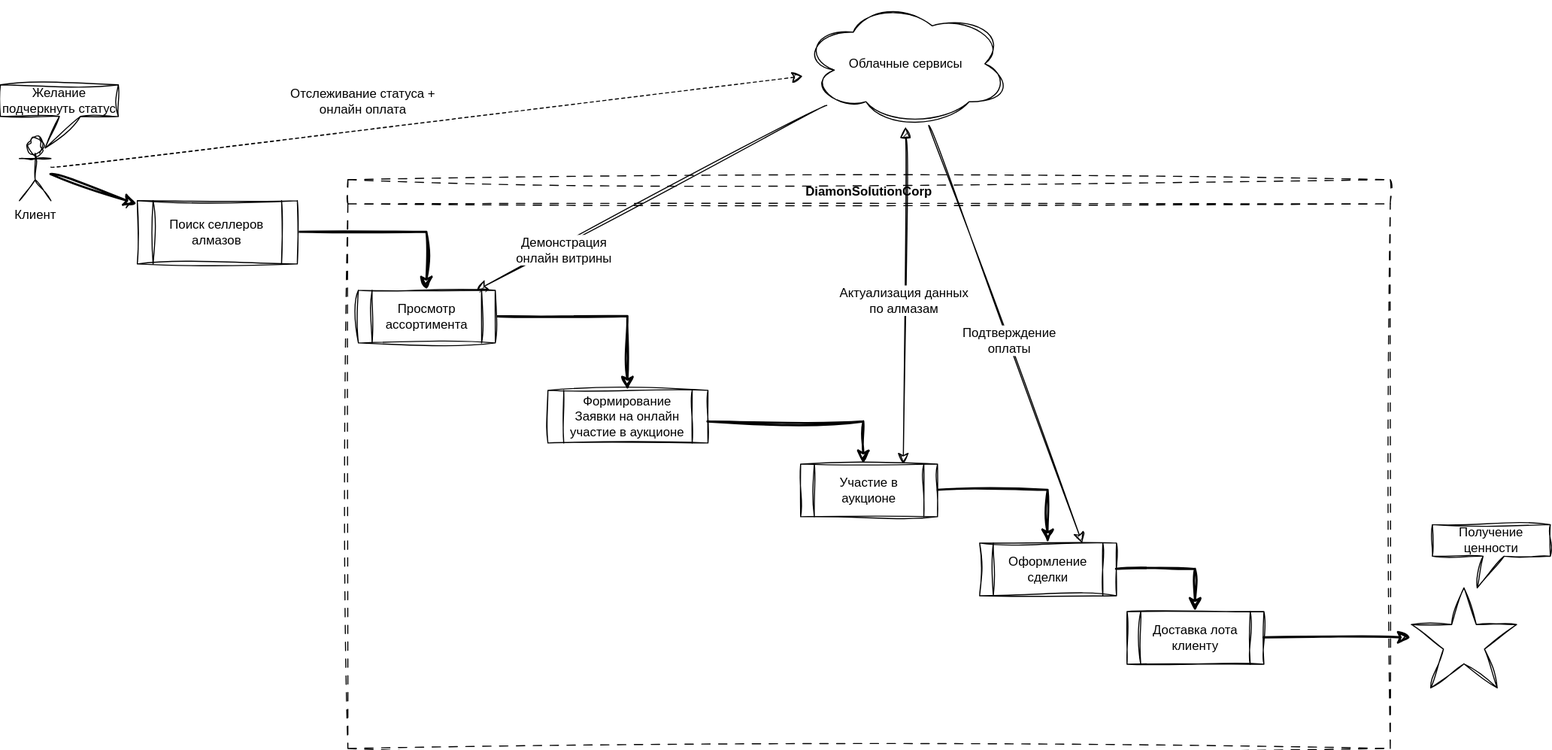
Before: task1/DIamonSolution-High TO BE.drawio.svg, a diagram exported from draw.io (SkySai1/Solution-DiamondUniverse). Source tidied: cells renumbered, new cells last; positions are measured from the earlier drawing's top-left corner, leaving out a move shared by most shapes. The source it was exported from:
```xml
<mxGraphModel>
  <root>
    <mxCell id="0" />
    <mxCell id="1" parent="0" />
    <mxCell id="2" value="DiamonSolutionCorp" style="swimlane;whiteSpace=wrap;html=1;sketch=1;curveFitting=1;jiggle=2;swimlaneLine=1;glass=0;dashed=1;dashPattern=8 8;" parent="1" vertex="1">
      <mxGeometry x="330" y="170" width="990" height="540" as="geometry" />
    </mxCell>
    <mxCell id="3" style="edgeStyle=orthogonalEdgeStyle;rounded=0;jettySize=auto;html=1;fontSize=12;startSize=8;endSize=8;sketch=1;curveFitting=1;jiggle=2;strokeWidth=2;" parent="2" edge="1" source="4" target="5">
      <mxGeometry relative="1" as="geometry" />
    </mxCell>
    <mxCell id="4" value="Участие в аукционе" style="shape=process;whiteSpace=wrap;html=1;backgroundOutline=1;sketch=1;curveFitting=1;jiggle=2;" parent="2" vertex="1">
      <mxGeometry x="430" y="270" width="130" height="50" as="geometry" />
    </mxCell>
    <mxCell id="5" value="Оформление сделки" style="shape=process;whiteSpace=wrap;html=1;backgroundOutline=1;sketch=1;curveFitting=1;jiggle=2;" parent="2" vertex="1">
      <mxGeometry x="600" y="345" width="130" height="50" as="geometry" />
    </mxCell>
    <mxCell id="6" style="edgeStyle=orthogonalEdgeStyle;rounded=0;jettySize=auto;html=1;fontSize=12;startSize=8;endSize=8;sketch=1;curveFitting=1;jiggle=2;strokeWidth=2;" parent="2" edge="1" source="7" target="9">
      <mxGeometry relative="1" as="geometry" />
    </mxCell>
    <mxCell id="7" value="Поиск селлеров алмазов" style="shape=process;whiteSpace=wrap;html=1;backgroundOutline=1;sketch=1;curveFitting=1;jiggle=2;" parent="2" vertex="1">
      <mxGeometry x="-200" y="20" width="152" height="60" as="geometry" />
    </mxCell>
    <mxCell id="8" style="edgeStyle=orthogonalEdgeStyle;rounded=0;jettySize=auto;html=1;fontSize=12;startSize=8;endSize=8;sketch=1;curveFitting=1;jiggle=2;strokeWidth=2;" parent="2" edge="1" source="9" target="10">
      <mxGeometry relative="1" as="geometry" />
    </mxCell>
    <mxCell id="9" value="Просмотр ассортимента" style="shape=process;whiteSpace=wrap;html=1;backgroundOutline=1;sketch=1;curveFitting=1;jiggle=2;" parent="2" vertex="1">
      <mxGeometry x="10" y="105" width="130" height="50" as="geometry" />
    </mxCell>
    <mxCell id="10" value="Формирование Заявки на онлайн участие в аукционе" style="shape=process;whiteSpace=wrap;html=1;backgroundOutline=1;sketch=1;curveFitting=1;jiggle=2;" parent="2" vertex="1">
      <mxGeometry x="190" y="200" width="152" height="50" as="geometry" />
    </mxCell>
    <mxCell id="11" style="edgeStyle=orthogonalEdgeStyle;rounded=0;jettySize=auto;html=1;fontSize=12;startSize=8;endSize=8;sketch=1;curveFitting=1;jiggle=2;jumpStyle=arc;strokeWidth=2;" parent="2" edge="1" source="10" target="4">
      <mxGeometry relative="1" as="geometry">
        <Array as="points">
          <mxPoint x="490" y="230.1" />
        </Array>
      </mxGeometry>
    </mxCell>
    <mxCell id="12" value="Доставка лота клиенту" style="shape=process;whiteSpace=wrap;html=1;backgroundOutline=1;sketch=1;curveFitting=1;jiggle=2;" parent="2" vertex="1">
      <mxGeometry x="740" y="410" width="130" height="50" as="geometry" />
    </mxCell>
    <mxCell id="13" style="edgeStyle=orthogonalEdgeStyle;rounded=0;jettySize=auto;html=1;fontSize=12;startSize=8;endSize=8;sketch=1;curveFitting=1;jiggle=2;strokeWidth=2;exitX=1;exitY=0.5;exitDx=0;exitDy=0;" parent="2" edge="1" source="5" target="12">
      <mxGeometry relative="1" as="geometry" />
    </mxCell>
    <mxCell id="14" style="edgeStyle=orthogonalEdgeStyle;rounded=0;jettySize=auto;html=1;fontSize=12;startSize=8;endSize=8;sketch=1;curveFitting=1;jiggle=2;strokeWidth=2;" parent="1" edge="1" source="12" target="15">
      <mxGeometry relative="1" as="geometry" />
    </mxCell>
    <mxCell id="15" style="verticalLabelPosition=bottom;verticalAlign=top;html=1;shape=mxgraph.basic.star;sketch=1;curveFitting=1;jiggle=2;" parent="1" vertex="1">
      <mxGeometry x="1340" y="557.5" width="100" height="95" as="geometry" />
    </mxCell>
    <mxCell id="16" value="Получение ценности" style="shape=callout;whiteSpace=wrap;html=1;perimeter=calloutPerimeter;position2=0.38;sketch=1;curveFitting=1;jiggle=2;size=30;position=0.43;base=20;" parent="1" vertex="1">
      <mxGeometry x="1360" y="497.5" width="112" height="60" as="geometry" />
    </mxCell>
    <mxCell id="17" style="edgeStyle=none;curved=1;rounded=0;jettySize=auto;html=1;fontSize=12;startSize=8;endSize=8;sketch=1;curveFitting=1;jiggle=2;" parent="1" edge="1" source="21" target="9">
      <mxGeometry relative="1" as="geometry" />
    </mxCell>
    <mxCell id="18" value="Демонстрация &lt;br&gt;онлайн витрины" style="edgeLabel;html=1;align=center;verticalAlign=middle;fontSize=12;" parent="17" vertex="1">
      <mxGeometry x="0.51" y="4" relative="1" as="geometry" />
    </mxCell>
    <mxCell id="19" style="edgeStyle=none;curved=1;rounded=0;jettySize=auto;html=1;fontSize=12;startSize=8;endSize=8;sketch=1;curveFitting=1;jiggle=2;entryX=0.75;entryY=0;entryDx=0;entryDy=0;" parent="1" edge="1" source="21" target="5">
      <mxGeometry relative="1" as="geometry" />
    </mxCell>
    <mxCell id="20" value="Подтверждение &lt;br&gt;оплаты" style="edgeLabel;html=1;align=center;verticalAlign=middle;fontSize=12;" parent="19" vertex="1">
      <mxGeometry x="0.03" y="1" relative="1" as="geometry" />
    </mxCell>
    <mxCell id="21" value="Облачные сервисы" style="ellipse;shape=cloud;whiteSpace=wrap;html=1;sketch=1;curveFitting=1;jiggle=2;" parent="1" vertex="1">
      <mxGeometry x="760" width="200" height="120" as="geometry" />
    </mxCell>
    <mxCell id="22" style="edgeStyle=none;curved=1;rounded=0;jettySize=auto;html=1;fontSize=12;startSize=8;endSize=8;sketch=1;curveFitting=1;jiggle=2;strokeWidth=2;" parent="1" edge="1" source="25" target="7">
      <mxGeometry relative="1" as="geometry" />
    </mxCell>
    <mxCell id="23" style="edgeStyle=none;curved=1;rounded=0;jettySize=auto;html=1;fontSize=12;startSize=8;endSize=8;sketch=1;curveFitting=1;jiggle=2;dashed=1;" parent="1" edge="1" source="25" target="21">
      <mxGeometry relative="1" as="geometry" />
    </mxCell>
    <mxCell id="24" value="Отслеживание статуса +&lt;br&gt;онлайн оплата" style="edgeLabel;html=1;align=center;verticalAlign=middle;fontSize=12;" parent="23" vertex="1">
      <mxGeometry x="-0.09" y="-3" relative="1" as="geometry">
        <mxPoint x="-31" y="-26" as="offset" />
      </mxGeometry>
    </mxCell>
    <mxCell id="25" value="Клиент" style="shape=umlActor;verticalLabelPosition=bottom;verticalAlign=top;html=1;outlineConnect=0;sketch=1;curveFitting=1;jiggle=2;" parent="1" vertex="1">
      <mxGeometry x="18" y="130" width="30" height="60" as="geometry" />
    </mxCell>
    <mxCell id="26" value="Желание подчеркнуть статус" style="shape=callout;whiteSpace=wrap;html=1;perimeter=calloutPerimeter;position2=0.38;sketch=1;curveFitting=1;jiggle=2;" parent="1" vertex="1">
      <mxGeometry y="80" width="112" height="60" as="geometry" />
    </mxCell>
    <mxCell id="27" style="edgeStyle=none;curved=1;rounded=0;jettySize=auto;html=1;fontSize=12;startSize=8;endSize=8;entryX=0.75;entryY=0;entryDx=0;entryDy=0;sketch=1;curveFitting=1;jiggle=2;startArrow=block;startFill=1;" parent="1" edge="1" source="21" target="4">
      <mxGeometry relative="1" as="geometry" />
    </mxCell>
    <mxCell id="28" value="Актуализация данных &lt;br&gt;по алмазам" style="edgeLabel;html=1;align=center;verticalAlign=middle;fontSize=12;" parent="27" vertex="1">
      <mxGeometry x="0.03" y="-1" relative="1" as="geometry" />
    </mxCell>
  </root>
</mxGraphModel>
```
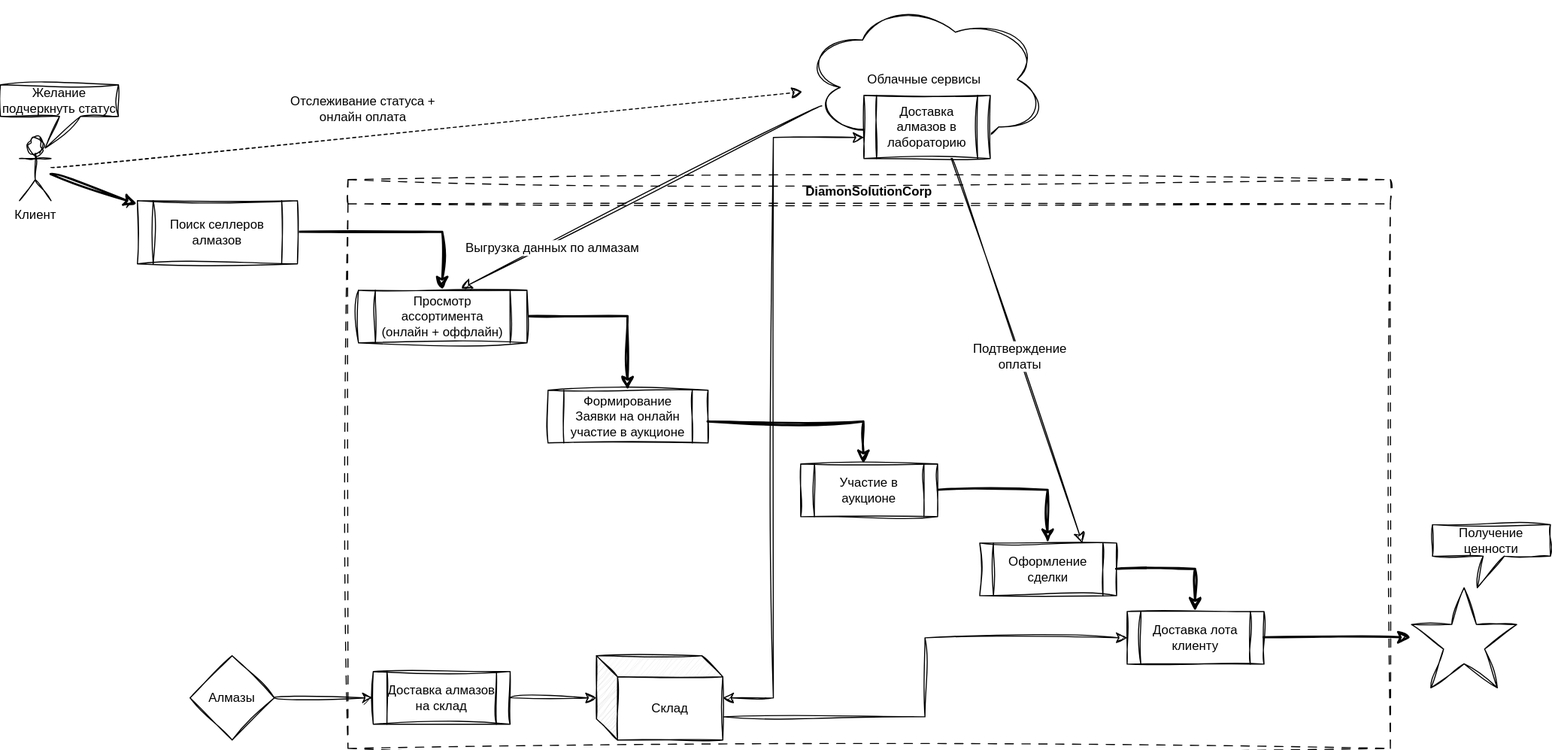
After the commit.

Change to the diagram source:
```diff
@@ -2,6 +2,9 @@
   <root>
     <mxCell id="0" />
     <mxCell id="1" parent="0" />
+    <mxCell id="21" value="Облачные сервисы" style="ellipse;shape=cloud;whiteSpace=wrap;html=1;sketch=1;curveFitting=1;jiggle=2;" parent="1" vertex="1">
+      <mxGeometry x="760" width="235" height="150" as="geometry" />
+    </mxCell>
     <mxCell id="2" value="DiamonSolutionCorp" style="swimlane;whiteSpace=wrap;html=1;sketch=1;curveFitting=1;jiggle=2;swimlaneLine=1;glass=0;dashed=1;dashPattern=8 8;" parent="1" vertex="1">
       <mxGeometry x="330" y="170" width="990" height="540" as="geometry" />
     </mxCell>
@@ -23,8 +26,8 @@
     <mxCell id="8" style="edgeStyle=orthogonalEdgeStyle;rounded=0;jettySize=auto;html=1;fontSize=12;startSize=8;endSize=8;sketch=1;curveFitting=1;jiggle=2;strokeWidth=2;" parent="2" edge="1" source="9" target="10">
       <mxGeometry relative="1" as="geometry" />
     </mxCell>
-    <mxCell id="9" value="Просмотр ассортимента" style="shape=process;whiteSpace=wrap;html=1;backgroundOutline=1;sketch=1;curveFitting=1;jiggle=2;" parent="2" vertex="1">
-      <mxGeometry x="10" y="105" width="130" height="50" as="geometry" />
+    <mxCell id="9" value="Просмотр ассортимента &lt;br&gt;(онлайн + оффлайн)" style="shape=process;whiteSpace=wrap;html=1;backgroundOutline=1;sketch=1;curveFitting=1;jiggle=2;" parent="2" vertex="1">
+      <mxGeometry x="10" y="105" width="160" height="50" as="geometry" />
     </mxCell>
     <mxCell id="10" value="Формирование Заявки на онлайн участие в аукционе" style="shape=process;whiteSpace=wrap;html=1;backgroundOutline=1;sketch=1;curveFitting=1;jiggle=2;" parent="2" vertex="1">
       <mxGeometry x="190" y="200" width="152" height="50" as="geometry" />
@@ -42,6 +45,29 @@
     <mxCell id="13" style="edgeStyle=orthogonalEdgeStyle;rounded=0;jettySize=auto;html=1;fontSize=12;startSize=8;endSize=8;sketch=1;curveFitting=1;jiggle=2;strokeWidth=2;exitX=1;exitY=0.5;exitDx=0;exitDy=0;" parent="2" edge="1" source="5" target="12">
       <mxGeometry relative="1" as="geometry" />
     </mxCell>
+    <mxCell id="29" style="edgeStyle=none;curved=1;rounded=0;jettySize=auto;html=1;fontSize=12;startSize=8;endSize=8;sketch=1;curveFitting=1;jiggle=2;" parent="2" edge="1" source="30" target="32">
+      <mxGeometry relative="1" as="geometry" />
+    </mxCell>
+    <mxCell id="30" value="Доставка алмазов на склад" style="shape=process;whiteSpace=wrap;html=1;backgroundOutline=1;sketch=1;curveFitting=1;jiggle=2;" parent="2" vertex="1">
+      <mxGeometry x="24" y="467" width="130" height="50" as="geometry" />
+    </mxCell>
+    <mxCell id="31" style="edgeStyle=orthogonalEdgeStyle;rounded=0;jettySize=auto;html=1;fontSize=12;startSize=8;endSize=8;sketch=1;curveFitting=1;jiggle=2;" parent="2" edge="1" source="32" target="12">
+      <mxGeometry relative="1" as="geometry">
+        <Array as="points">
+          <mxPoint x="548" y="510" />
+          <mxPoint x="548" y="435" />
+        </Array>
+      </mxGeometry>
+    </mxCell>
+    <mxCell id="32" value="Склад" style="shape=cube;whiteSpace=wrap;html=1;boundedLbl=1;backgroundOutline=1;darkOpacity=0.05;darkOpacity2=0.1;sketch=1;curveFitting=1;jiggle=2;" parent="2" vertex="1">
+      <mxGeometry x="236" y="452" width="120" height="80" as="geometry" />
+    </mxCell>
+    <mxCell id="33" style="edgeStyle=none;curved=1;rounded=0;jettySize=auto;html=1;fontSize=12;startSize=8;endSize=8;sketch=1;curveFitting=1;jiggle=2;" parent="2" edge="1" source="34" target="30">
+      <mxGeometry relative="1" as="geometry" />
+    </mxCell>
+    <mxCell id="34" value="Алмазы" style="rhombus;whiteSpace=wrap;html=1;shapeInside=1;sketch=1;curveFitting=1;jiggle=2;" parent="2" vertex="1">
+      <mxGeometry x="-150" y="452" width="80" height="80" as="geometry" />
+    </mxCell>
     <mxCell id="14" style="edgeStyle=orthogonalEdgeStyle;rounded=0;jettySize=auto;html=1;fontSize=12;startSize=8;endSize=8;sketch=1;curveFitting=1;jiggle=2;strokeWidth=2;" parent="1" edge="1" source="12" target="15">
       <mxGeometry relative="1" as="geometry" />
     </mxCell>
@@ -51,10 +77,10 @@
     <mxCell id="16" value="Получение ценности" style="shape=callout;whiteSpace=wrap;html=1;perimeter=calloutPerimeter;position2=0.38;sketch=1;curveFitting=1;jiggle=2;size=30;position=0.43;base=20;" parent="1" vertex="1">
       <mxGeometry x="1360" y="497.5" width="112" height="60" as="geometry" />
     </mxCell>
-    <mxCell id="17" style="edgeStyle=none;curved=1;rounded=0;jettySize=auto;html=1;fontSize=12;startSize=8;endSize=8;sketch=1;curveFitting=1;jiggle=2;" parent="1" edge="1" source="21" target="9">
+    <mxCell id="17" style="edgeStyle=none;curved=1;rounded=0;jettySize=auto;html=1;fontSize=12;startSize=8;endSize=8;sketch=1;curveFitting=1;jiggle=2;entryX=0.61;entryY=-0.032;entryDx=0;entryDy=0;entryPerimeter=0;exitX=0.085;exitY=0.667;exitDx=0;exitDy=0;exitPerimeter=0;" parent="1" edge="1" source="21" target="9">
       <mxGeometry relative="1" as="geometry" />
     </mxCell>
-    <mxCell id="18" value="Демонстрация &lt;br&gt;онлайн витрины" style="edgeLabel;html=1;align=center;verticalAlign=middle;fontSize=12;" parent="17" vertex="1">
+    <mxCell id="18" value="Выгрузка данных по алмазам" style="edgeLabel;html=1;align=center;verticalAlign=middle;fontSize=12;" parent="17" vertex="1">
       <mxGeometry x="0.51" y="4" relative="1" as="geometry" />
     </mxCell>
     <mxCell id="19" style="edgeStyle=none;curved=1;rounded=0;jettySize=auto;html=1;fontSize=12;startSize=8;endSize=8;sketch=1;curveFitting=1;jiggle=2;entryX=0.75;entryY=0;entryDx=0;entryDy=0;" parent="1" edge="1" source="21" target="5">
@@ -63,9 +89,6 @@
     <mxCell id="20" value="Подтверждение &lt;br&gt;оплаты" style="edgeLabel;html=1;align=center;verticalAlign=middle;fontSize=12;" parent="19" vertex="1">
       <mxGeometry x="0.03" y="1" relative="1" as="geometry" />
     </mxCell>
-    <mxCell id="21" value="Облачные сервисы" style="ellipse;shape=cloud;whiteSpace=wrap;html=1;sketch=1;curveFitting=1;jiggle=2;" parent="1" vertex="1">
-      <mxGeometry x="760" width="200" height="120" as="geometry" />
-    </mxCell>
     <mxCell id="22" style="edgeStyle=none;curved=1;rounded=0;jettySize=auto;html=1;fontSize=12;startSize=8;endSize=8;sketch=1;curveFitting=1;jiggle=2;strokeWidth=2;" parent="1" edge="1" source="25" target="7">
       <mxGeometry relative="1" as="geometry" />
     </mxCell>
@@ -83,11 +106,16 @@
     <mxCell id="26" value="Желание подчеркнуть статус" style="shape=callout;whiteSpace=wrap;html=1;perimeter=calloutPerimeter;position2=0.38;sketch=1;curveFitting=1;jiggle=2;" parent="1" vertex="1">
       <mxGeometry y="80" width="112" height="60" as="geometry" />
     </mxCell>
-    <mxCell id="27" style="edgeStyle=none;curved=1;rounded=0;jettySize=auto;html=1;fontSize=12;startSize=8;endSize=8;entryX=0.75;entryY=0;entryDx=0;entryDy=0;sketch=1;curveFitting=1;jiggle=2;startArrow=block;startFill=1;" parent="1" edge="1" source="21" target="4">
-      <mxGeometry relative="1" as="geometry" />
-    </mxCell>
-    <mxCell id="28" value="Актуализация данных &lt;br&gt;по алмазам" style="edgeLabel;html=1;align=center;verticalAlign=middle;fontSize=12;" parent="27" vertex="1">
-      <mxGeometry x="0.03" y="-1" relative="1" as="geometry" />
-    </mxCell>
+    <mxCell id="35" value="Доставка алмазов в лабораторию" style="shape=process;whiteSpace=wrap;html=1;backgroundOutline=1;sketch=1;curveFitting=1;jiggle=2;" parent="1" vertex="1">
+      <mxGeometry x="820" y="90" width="120" height="60" as="geometry" />
+    </mxCell>
+    <mxCell id="36" style="edgeStyle=orthogonalEdgeStyle;rounded=0;jettySize=auto;html=1;fontSize=12;startSize=8;endSize=8;sketch=1;curveFitting=1;jiggle=2;startArrow=classic;startFill=1;" parent="1" edge="1" source="32" target="35">
+      <mxGeometry relative="1" as="geometry">
+        <Array as="points">
+          <mxPoint x="734" y="662" />
+          <mxPoint x="734" y="130" />
+        </Array>
+      </mxGeometry>
+    </mxCell>
   </root>
 </mxGraphModel>
```
